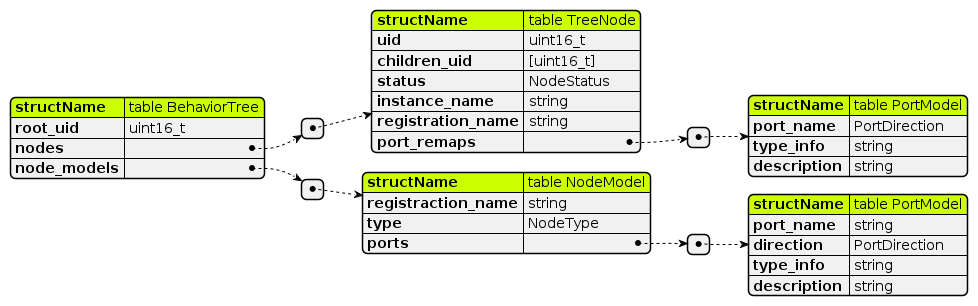
Earlier version of the PlantUML export out/LoggingJSON/LoggerJSON.png (lightAxis/BT_Lite).
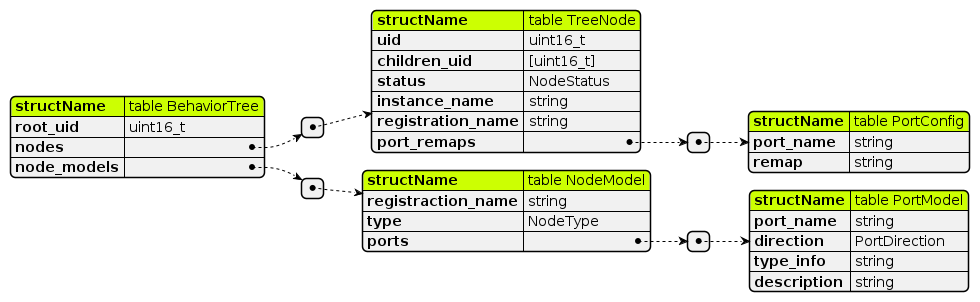
After the commit.

The edit, as a diff of the source:
```diff
@@ -19,10 +19,9 @@
             "port_remaps" :
             [
                 {
-                    "structName" : "table PortModel",
-                    "port_name" : "PortDirection",
-                    "type_info" : "string",
-                    "description" : "string"
+                    "structName" : "table PortConfig",
+                    "port_name" : "string",
+                    "remap" : "string"
                 }
             ]
         }
```
